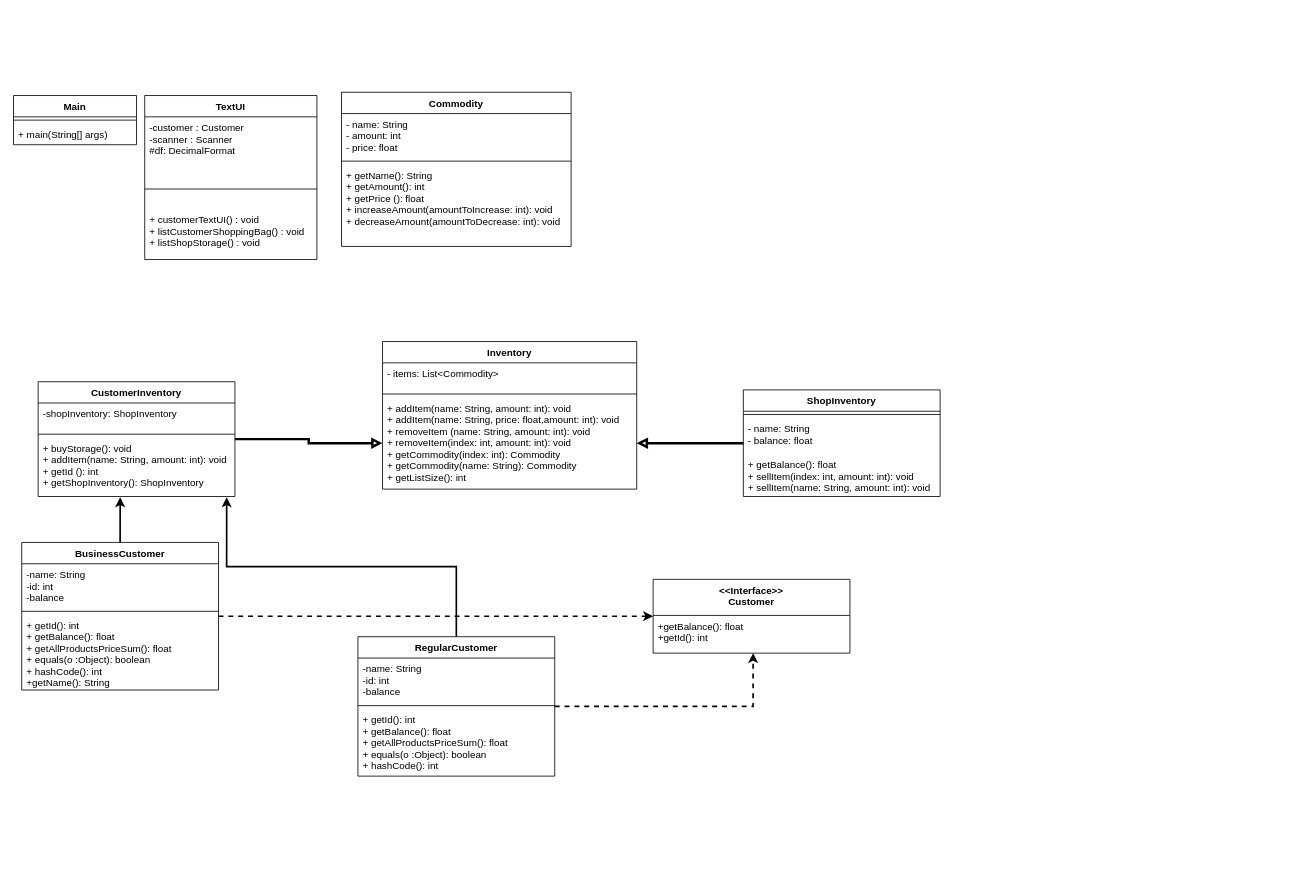
The draw.io diagram UML.drawio in MartynasRaf/Java-Shop-Example-Code, before the edit. Source tidied: cells renumbered, new cells numbered last; positions are measured from the earlier drawing's top-left corner, leaving out a move shared by most shapes. Both pictures are drawn from the tidied source at 82%, with x=0, y=0 at pixel (13, 92).
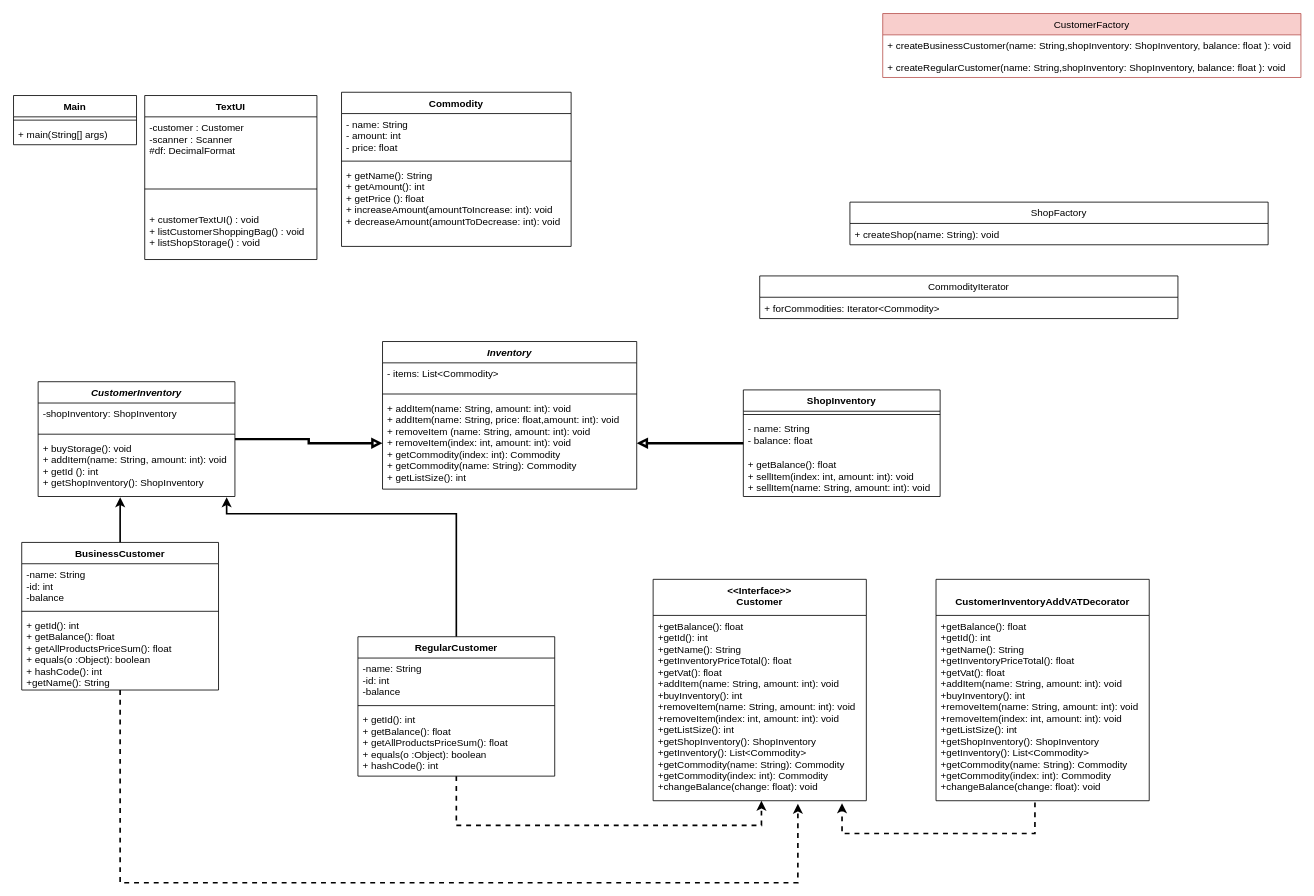
The same diagram, later.

The change refers to these unchanged cells:
```xml
<mxCell id="13" value="+ buyStorage(): void&#10;+ addItem(name: String, amount: int): void&#10;+ getId (): int&#10;+ getShopInventory(): ShopInventory" style="text;strokeColor=none;fillColor=none;align=left;verticalAlign=top;spacingLeft=4;spacingRight=4;overflow=hidden;points=[[0,0.5],[1,0.5]];portConstraint=eastwest;" parent="10" vertex="1">
  <mxGeometry y="68" width="240" height="72" as="geometry" />
</mxCell>
<mxCell id="31" value="RegularCustomer" style="swimlane;fontStyle=1;align=center;verticalAlign=top;horizontal=1;startSize=26;" parent="1" vertex="1">
  <mxGeometry x="420" y="664" width="240" height="170" as="geometry" />
</mxCell>
<mxCell id="37" value="BusinessCustomer" style="swimlane;fontStyle=1;align=center;verticalAlign=top;horizontal=1;startSize=26;" parent="1" vertex="1">
  <mxGeometry x="10" y="549" width="240" height="180" as="geometry" />
</mxCell>
```

Change to the diagram source:
```diff
@@
-    <mxCell id="10" value="CustomerInventory" style="swimlane;fontStyle=1;align=center;verticalAlign=top;horizontal=1;startSize=26;" parent="1" vertex="1">
+    <mxCell id="10" value="CustomerInventory" style="swimlane;fontStyle=3;align=center;verticalAlign=top;horizontal=1;startSize=26;" parent="1" vertex="1">
       <mxGeometry x="30" y="353" width="240" height="140" as="geometry" />
     </mxCell>
@@
-    <mxCell id="23" value="Inventory" style="swimlane;fontStyle=1;align=center;verticalAlign=top;horizontal=1;startSize=26;" parent="1" vertex="1">
+    <mxCell id="23" value="Inventory" style="swimlane;fontStyle=3;align=center;verticalAlign=top;horizontal=1;startSize=26;" parent="1" vertex="1">
       <mxGeometry x="450" y="304" width="310" height="180" as="geometry" />
     </mxCell>
@@
     <mxCell id="27" value="&lt;&lt;Interface&gt;&gt;&#10;Customer" style="swimlane;fontStyle=1;align=center;verticalAlign=top;horizontal=1;startSize=44;" parent="1" vertex="1">
-      <mxGeometry x="780" y="594" width="240" height="90" as="geometry" />
+      <mxGeometry x="780" y="594" width="260" height="270" as="geometry" />
     </mxCell>
-    <mxCell id="28" value="+getBalance(): float&#10;+getId(): int&#10;&#10;" style="text;strokeColor=none;fillColor=none;align=left;verticalAlign=top;spacingLeft=4;spacingRight=4;overflow=hidden;points=[[0,0.5],[1,0.5]];portConstraint=eastwest;" parent="27" vertex="1">
-      <mxGeometry y="44" width="240" height="46" as="geometry" />
+    <mxCell id="28" value="+getBalance(): float&#10;+getId(): int&#10;+getName(): String&#10;+getInventoryPriceTotal(): float&#10;+getVat(): float&#10;+addItem(name: String, amount: int): void&#10;+buyInventory(): int&#10;+removeItem(name: String, amount: int): void&#10;+removeItem(index: int, amount: int): void&#10;+getListSize(): int&#10;+getShopInventory(): ShopInventory&#10;+getInventory(): List&lt;Commodity&gt;&#10;+getCommodity(name: String): Commodity&#10;+getCommodity(index: int): Commodity&#10;+changeBalance(change: float): void" style="text;strokeColor=none;fillColor=none;align=left;verticalAlign=top;spacingLeft=4;spacingRight=4;overflow=hidden;points=[[0,0.5],[1,0.5]];portConstraint=eastwest;" parent="27" vertex="1">
+      <mxGeometry y="44" width="260" height="226" as="geometry" />
     </mxCell>
     <mxCell id="29" style="edgeStyle=orthogonalEdgeStyle;rounded=0;jettySize=auto;html=1;entryX=0.508;entryY=1;entryDx=0;entryDy=0;entryPerimeter=0;dashed=1;strokeWidth=2;" parent="1" edge="1" source="31" target="28">
-      <mxGeometry relative="1" as="geometry" />
+      <mxGeometry relative="1" as="geometry">
+        <Array as="points">
+          <mxPoint x="540" y="894" />
+          <mxPoint x="912" y="894" />
+        </Array>
+      </mxGeometry>
     </mxCell>
     <mxCell id="30" style="edgeStyle=orthogonalEdgeStyle;rounded=0;jettySize=auto;html=1;entryX=0.958;entryY=1.014;entryDx=0;entryDy=0;entryPerimeter=0;strokeWidth=2;" parent="1" edge="1" source="31" target="13">
-      <mxGeometry relative="1" as="geometry" />
+      <mxGeometry relative="1" as="geometry">
+        <Array as="points">
+          <mxPoint x="540" y="514" />
+          <mxPoint x="260" y="514" />
+        </Array>
+      </mxGeometry>
     </mxCell>
@@
-    <mxCell id="35" style="edgeStyle=orthogonalEdgeStyle;rounded=0;jettySize=auto;html=1;dashed=1;strokeWidth=2;" parent="1" edge="1" source="37" target="27">
-      <mxGeometry relative="1" as="geometry" />
+    <mxCell id="35" style="edgeStyle=orthogonalEdgeStyle;rounded=0;jettySize=auto;html=1;dashed=1;strokeWidth=2;entryX=0.679;entryY=1.016;entryDx=0;entryDy=0;entryPerimeter=0;" parent="1" edge="1" source="37" target="28">
+      <mxGeometry relative="1" as="geometry">
+        <Array as="points">
+          <mxPoint x="130" y="964" />
+          <mxPoint x="957" y="964" />
+        </Array>
+      </mxGeometry>
     </mxCell>
@@
+    <mxCell id="41" value="ShopFactory" style="swimlane;fontStyle=0;horizontal=1;startSize=26;fillColor=none;" parent="1" vertex="1">
+      <mxGeometry x="1020" y="134" width="510" height="52" as="geometry" />
+    </mxCell>
+    <mxCell id="42" value="+ createShop(name: String): void" style="text;strokeColor=none;fillColor=none;align=left;verticalAlign=top;spacingLeft=4;spacingRight=4;overflow=hidden;" parent="41" vertex="1">
+      <mxGeometry y="26" width="510" height="26" as="geometry" />
+    </mxCell>
+    <mxCell id="43" value="&#10;CustomerInventoryAddVATDecorator" style="swimlane;fontStyle=1;align=center;verticalAlign=top;horizontal=1;startSize=44;" parent="1" vertex="1">
+      <mxGeometry x="1125" y="594" width="260" height="270" as="geometry" />
+    </mxCell>
+    <mxCell id="44" value="+getBalance(): float&#10;+getId(): int&#10;+getName(): String&#10;+getInventoryPriceTotal(): float&#10;+getVat(): float&#10;+addItem(name: String, amount: int): void&#10;+buyInventory(): int&#10;+removeItem(name: String, amount: int): void&#10;+removeItem(index: int, amount: int): void&#10;+getListSize(): int&#10;+getShopInventory(): ShopInventory&#10;+getInventory(): List&lt;Commodity&gt;&#10;+getCommodity(name: String): Commodity&#10;+getCommodity(index: int): Commodity&#10;+changeBalance(change: float): void" style="text;strokeColor=none;fillColor=none;align=left;verticalAlign=top;spacingLeft=4;spacingRight=4;overflow=hidden;points=[[0,0.5],[1,0.5]];portConstraint=eastwest;" parent="43" vertex="1">
+      <mxGeometry y="44" width="260" height="226" as="geometry" />
+    </mxCell>
+    <mxCell id="45" style="edgeStyle=orthogonalEdgeStyle;rounded=0;jettySize=auto;html=1;entryX=0.886;entryY=1.014;entryDx=0;entryDy=0;entryPerimeter=0;dashed=1;strokeWidth=2;exitX=0.464;exitY=1.009;exitDx=0;exitDy=0;exitPerimeter=0;" parent="1" edge="1" source="44" target="28">
+      <mxGeometry relative="1" as="geometry">
+        <Array as="points">
+          <mxPoint x="1246" y="904" />
+          <mxPoint x="1010" y="904" />
+        </Array>
+      </mxGeometry>
+    </mxCell>
+    <mxCell id="46" value="CustomerFactory" style="swimlane;fontStyle=0;horizontal=1;startSize=26;fillColor=#f8cecc;strokeColor=#b85450;" parent="1" vertex="1">
+      <mxGeometry x="1060" y="-96" width="510" height="78" as="geometry" />
+    </mxCell>
+    <mxCell id="47" value="+ createBusinessCustomer(name: String,shopInventory: ShopInventory, balance: float ): void" style="text;strokeColor=none;fillColor=none;align=left;verticalAlign=top;spacingLeft=4;spacingRight=4;overflow=hidden;" parent="46" vertex="1">
+      <mxGeometry y="26" width="510" height="26" as="geometry" />
+    </mxCell>
+    <mxCell id="48" value="+ createRegularCustomer(name: String,shopInventory: ShopInventory, balance: float ): void" style="text;strokeColor=none;fillColor=none;align=left;verticalAlign=top;spacingLeft=4;spacingRight=4;overflow=hidden;" parent="46" vertex="1">
+      <mxGeometry y="52" width="510" height="26" as="geometry" />
+    </mxCell>
+    <mxCell id="49" value="CommodityIterator" style="swimlane;fontStyle=0;horizontal=1;startSize=26;fillColor=none;" parent="1" vertex="1">
+      <mxGeometry x="910" y="224" width="510" height="52" as="geometry" />
+    </mxCell>
+    <mxCell id="50" value="+ forCommodities: Iterator&lt;Commodity&gt;" style="text;strokeColor=none;fillColor=none;align=left;verticalAlign=top;spacingLeft=4;spacingRight=4;overflow=hidden;" parent="49" vertex="1">
+      <mxGeometry y="26" width="510" height="26" as="geometry" />
+    </mxCell>
```
